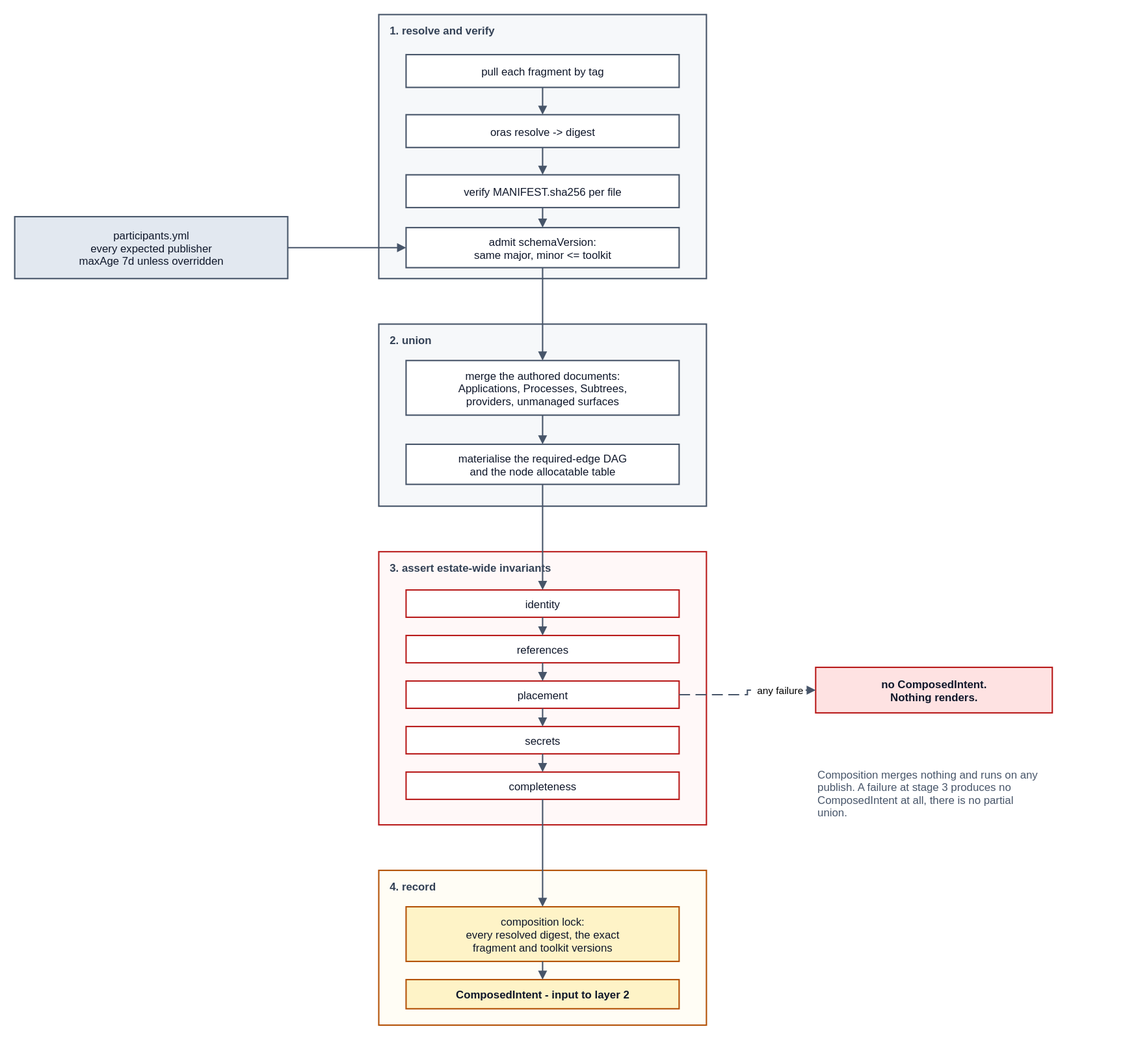
This is spec/v1/diagrams/40-composition-run.drawio.svg from JorisJonkers-dev/deploy-kit, a draw.io export, as it was before one commit. Source tidied: cells renumbered, new cells last; positions are measured from the earlier drawing's top-left corner, leaving out a move shared by most shapes.
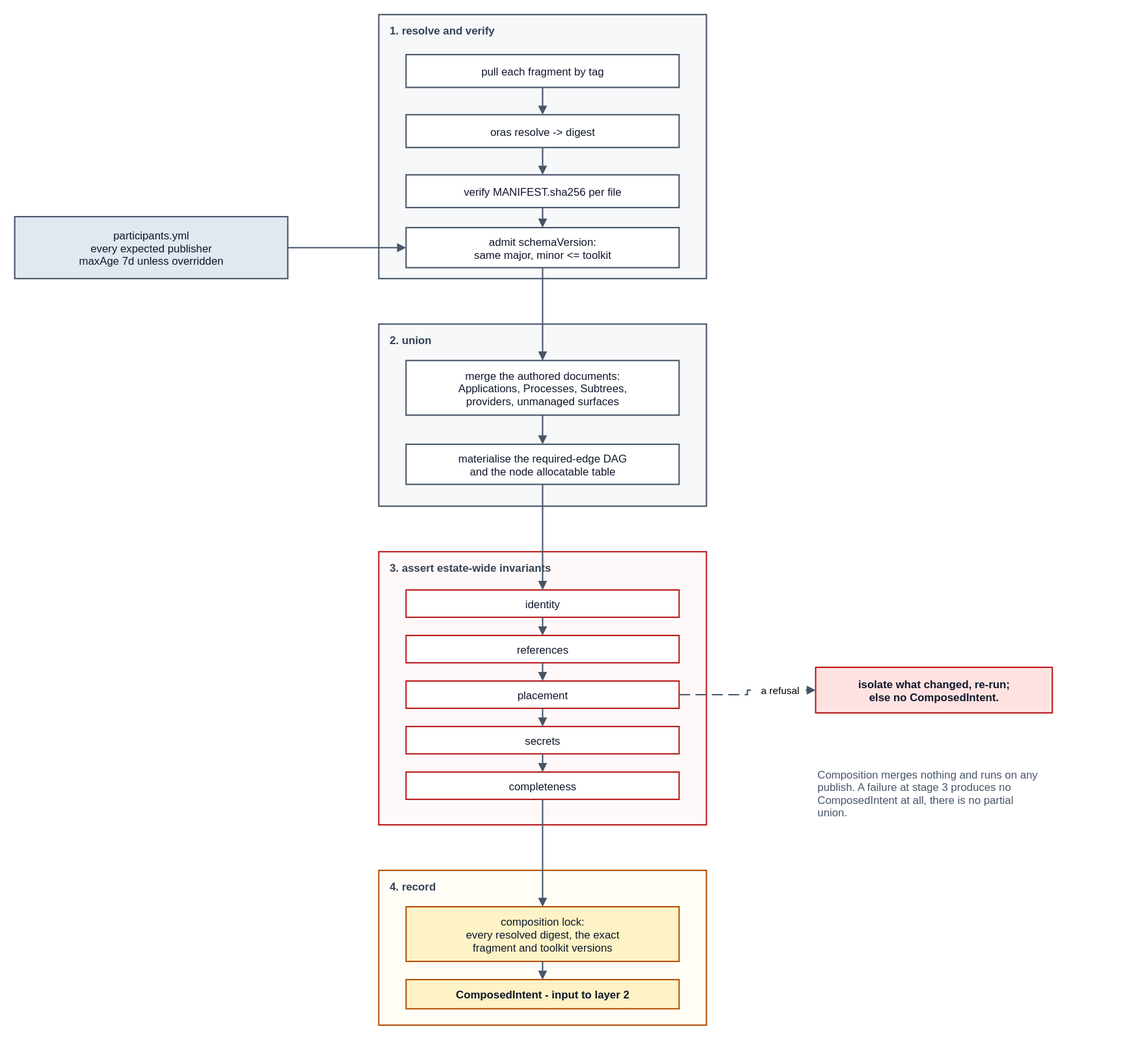
After the change.

The edit, as a diff of the source:
```diff
@@ -56,7 +56,7 @@
     <mxCell id="19" value="participants.yml&#10;every expected publisher&#10;maxAge 7d unless overridden" style="rounded=0;whiteSpace=nowrap;html=0;align=center;verticalAlign=middle;fillColor=#e2e8f0;strokeColor=#475569;strokeWidth=1.5;fontFamily=Helvetica;fontSize=12;fontColor=#0f172a;" parent="1" vertex="1">
       <mxGeometry y="222" width="300" height="68" as="geometry" />
     </mxCell>
-    <mxCell id="20" value="no ComposedIntent.&#10;Nothing renders." style="rounded=0;whiteSpace=nowrap;html=0;align=center;verticalAlign=middle;fillColor=#fee2e2;strokeColor=#b91c1c;strokeWidth=1.5;fontFamily=Helvetica;fontSize=12;fontColor=#0f172a;fontStyle=1;" parent="1" vertex="1">
+    <mxCell id="20" value="isolate what changed, re-run;&#10;else no ComposedIntent." style="rounded=0;whiteSpace=nowrap;html=0;align=center;verticalAlign=middle;fillColor=#fee2e2;strokeColor=#b91c1c;strokeWidth=1.5;fontFamily=Helvetica;fontSize=12;fontColor=#0f172a;fontStyle=1;" parent="1" vertex="1">
       <mxGeometry x="880" y="717" width="260" height="50" as="geometry" />
     </mxCell>
     <mxCell id="21" style="edgeStyle=orthogonalEdgeStyle;rounded=0;html=0;jettySize=auto;jumpStyle=arc;jumpSize=8;endArrow=block;endFill=1;strokeColor=#475569;strokeWidth=1.5;fontSize=11;fontFamily=Helvetica;labelBackgroundColor=#ffffff;exitX=1;exitY=0.5;exitDx=0;exitDy=0;entryX=0;entryY=0.5;entryDx=0;entryDy=0;" parent="1" edge="1" source="19" target="9">
@@ -98,7 +98,7 @@
     <mxCell id="33" style="edgeStyle=orthogonalEdgeStyle;rounded=0;html=0;jettySize=auto;jumpStyle=arc;jumpSize=8;endArrow=block;endFill=1;strokeColor=#475569;strokeWidth=1.5;fontSize=11;fontFamily=Helvetica;labelBackgroundColor=#ffffff;exitX=0.5;exitY=1;exitDx=0;exitDy=0;entryX=0.5;entryY=0;entryDx=0;entryDy=0;" parent="1" edge="1" source="17" target="18">
       <mxGeometry relative="1" as="geometry" />
     </mxCell>
-    <mxCell id="34" value="any failure" style="edgeStyle=orthogonalEdgeStyle;rounded=0;html=0;jettySize=auto;jumpStyle=arc;jumpSize=8;endArrow=block;endFill=1;strokeColor=#475569;strokeWidth=1.5;fontSize=11;fontFamily=Helvetica;labelBackgroundColor=#ffffff;dashed=1;dashPattern=8 4;exitX=1;exitY=0.5;exitDx=0;exitDy=0;entryX=0;entryY=0.5;entryDx=0;entryDy=0;" parent="1" edge="1" source="14" target="20">
+    <mxCell id="34" value="a refusal" style="edgeStyle=orthogonalEdgeStyle;rounded=0;html=0;jettySize=auto;jumpStyle=arc;jumpSize=8;endArrow=block;endFill=1;strokeColor=#475569;strokeWidth=1.5;fontSize=11;fontFamily=Helvetica;labelBackgroundColor=#ffffff;dashed=1;dashPattern=8 4;exitX=1;exitY=0.5;exitDx=0;exitDy=0;entryX=0;entryY=0.5;entryDx=0;entryDy=0;" parent="1" edge="1" source="14" target="20">
       <mxGeometry x="0.5" relative="1" as="geometry" />
     </mxCell>
     <mxCell id="35" value="Composition merges nothing and runs on any&#10;publish. A failure at stage 3 produces no&#10;ComposedIntent at all, there is no partial&#10;union." style="text;html=0;strokeColor=none;fillColor=none;align=left;verticalAlign=middle;fontFamily=Helvetica;fontSize=12;fontColor=#475569;" parent="1" vertex="1">
```
